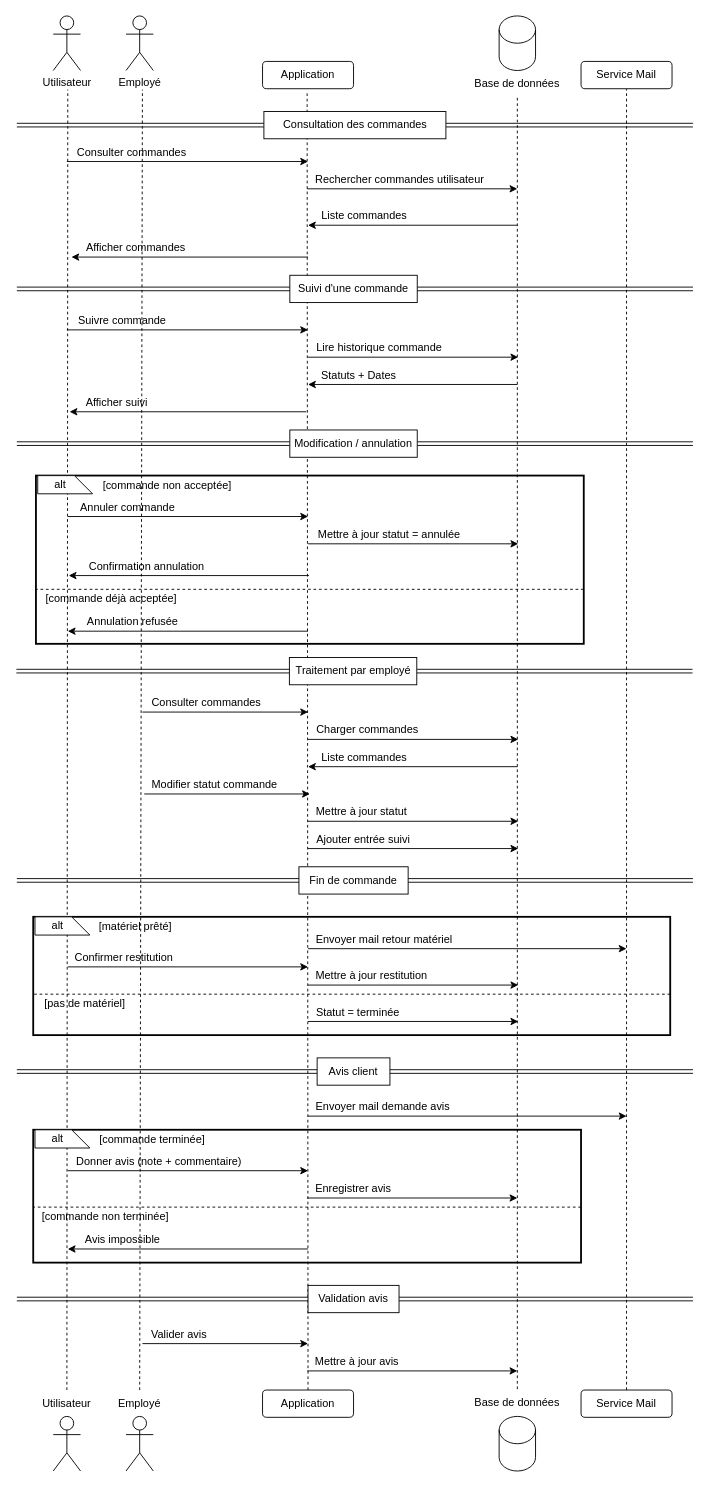
Above: Documentation technique/Diagramme de séquence.drawio in Mathieupalle/vite-gourmand (draw.io), before the change. Source tidied: cells renumbered, new cells numbered last; positions are measured from the earlier drawing's top-left corner, leaving out a move shared by most shapes. Both pictures are drawn from the tidied source at 91%, with x=0, y=0 at pixel (16, 15).
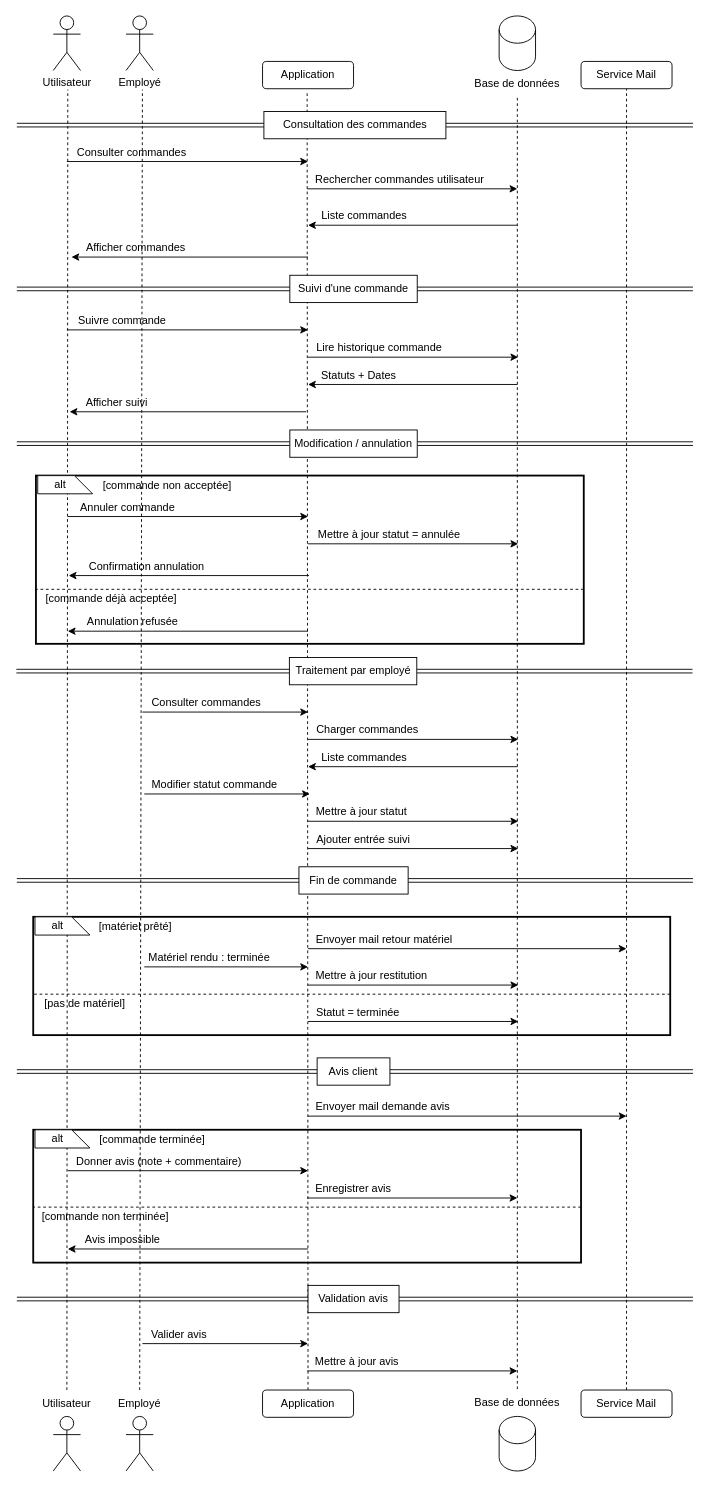
After the change.

Commit message (it also covers changes not shown here):
Diagrammes : MCD (associations passe et concerne), cas d'utilisation et séquence mis à jour

Diff of the diagram source:
```diff
@@
     <mxCell id="66" style="endArrow=classic;html=1;rounded=0;" parent="1" edge="1">
       <mxGeometry relative="1" as="geometry">
-        <mxPoint x="56" y="1045" as="sourcePoint" />
+        <mxPoint x="140" y="1045" as="sourcePoint" />
         <mxPoint x="320" y="1045" as="targetPoint" />
       </mxGeometry>
     </mxCell>
-    <mxCell id="67" value="Confirmer restitution" style="text;html=1;whiteSpace=wrap;strokeColor=none;fillColor=none;align=center;verticalAlign=middle;rounded=0;" parent="1" vertex="1">
-      <mxGeometry x="58" y="1020" width="120" height="30" as="geometry" />
+    <mxCell id="67" value="Matériel rendu : terminée" style="text;html=1;whiteSpace=wrap;strokeColor=none;fillColor=none;align=left;verticalAlign=middle;rounded=0;" parent="1" vertex="1">
+      <mxGeometry x="143" y="1020" width="160" height="30" as="geometry" />
     </mxCell>
```
